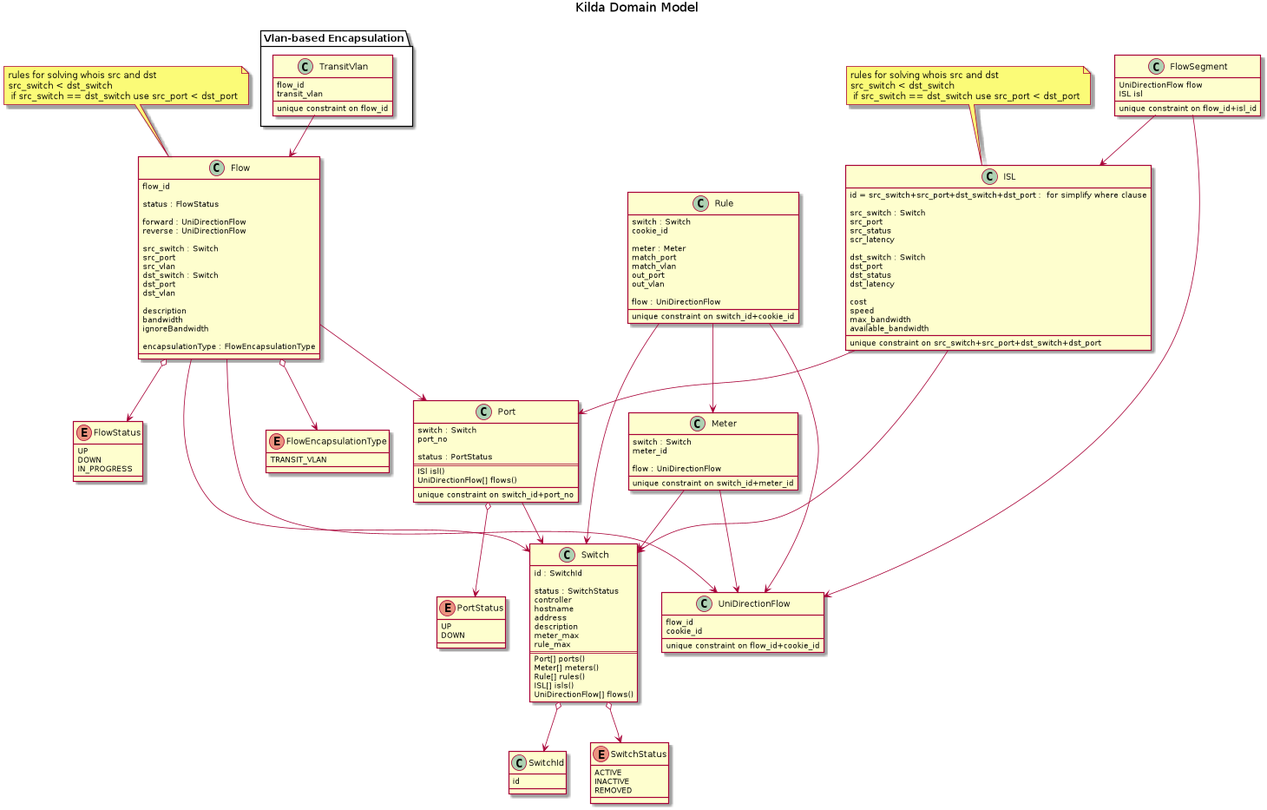
telstra/open-kilda keeps this PlantUML diagram as docs/design/domain-model/domain-model-with-encapsulation.png. Above is the earlier version.
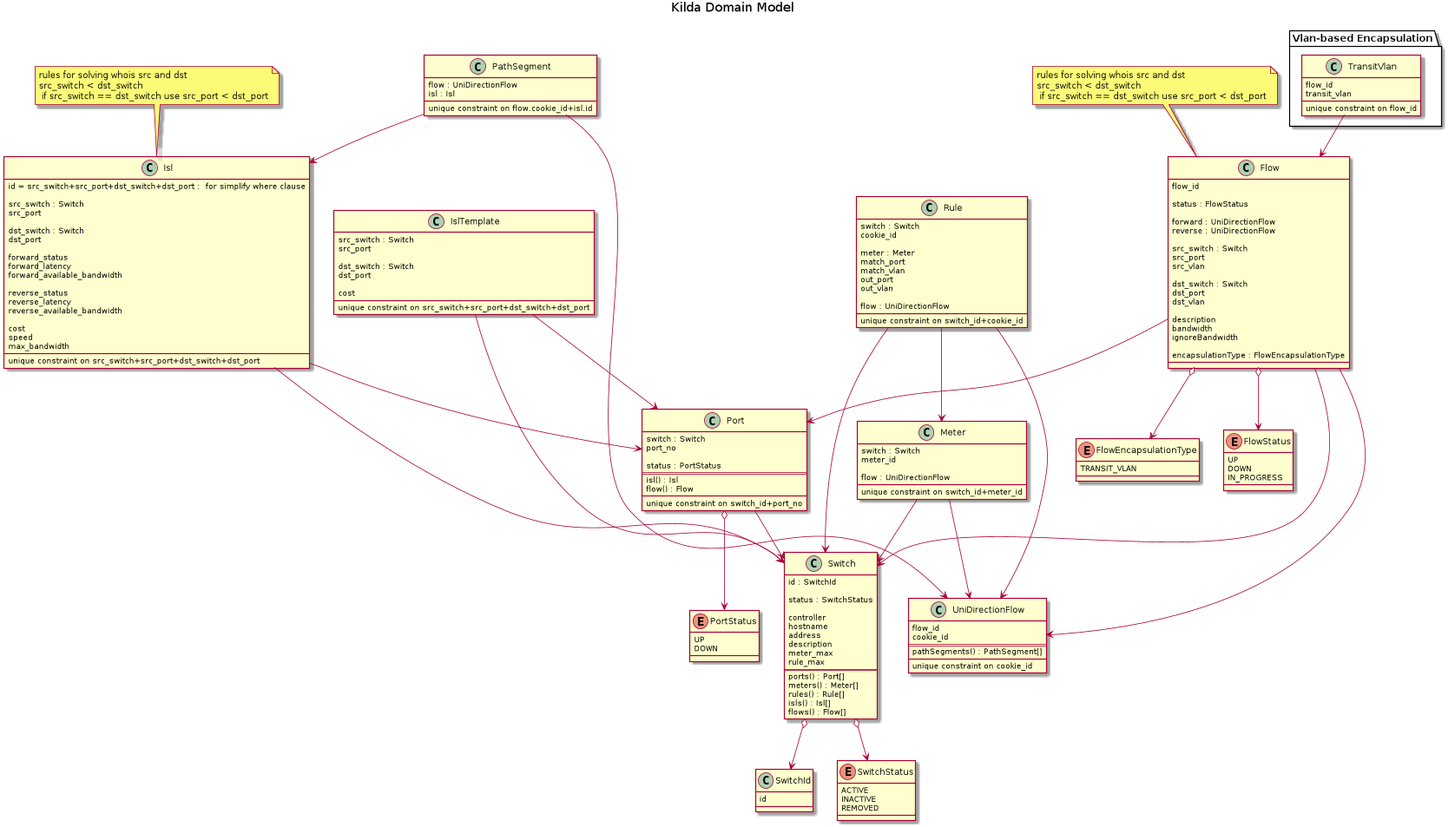
After the commit.

Commit message:
Add the revised model with encapsulation support (part #2).

Change to the diagram source:
```diff
@@ -11,6 +11,7 @@
         id : SwitchId
 
         status : SwitchStatus
+
         controller
         hostname
         address
@@ -18,11 +19,11 @@
         meter_max
         rule_max
         ==
-        Port[] ports()
-        Meter[] meters()
-        Rule[] rules()
-        ISL[] isls()
-        UniDirectionFlow[] flows()
+        ports() : Port[]
+        meters() : Meter[]
+        rules() : Rule[]
+        isls() : Isl[]
+        flows() : Flow[]
     }
 
     enum SwitchStatus {
@@ -45,8 +46,8 @@
 
         status : PortStatus
         ==
-        ISl isl()
-        UniDirectionFlow[] flows()
+        isl() : Isl
+        flow() : Flow
         __
         unique constraint on switch_id+port_no
     }
@@ -86,32 +87,50 @@
     Rule --> Meter
 }
 
-class ISL {
+class Isl {
     id = src_switch+src_port+dst_switch+dst_port :  for simplify where clause
 
     src_switch : Switch
     src_port
-    src_status
-    scr_latency
 
     dst_switch : Switch
     dst_port
-    dst_status
-    dst_latency
+
+    forward_status
+    forward_latency
+    forward_available_bandwidth
+
+    reverse_status
+    reverse_latency
+    reverse_available_bandwidth
 
     cost
     speed
     max_bandwidth
-    available_bandwidth
     __
     unique constraint on src_switch+src_port+dst_switch+dst_port
 }
 
 note "rules for solving whois src and dst\nsrc_switch < dst_switch\n if src_switch == dst_switch use src_port < dst_port" as ISL_id_note
-ISL_id_note .. ISL
+ISL_id_note .. Isl
 
-ISL --> Switch
-ISL --> Port
+Isl --> Switch
+Isl --> Port
+
+class IslTemplate {
+    src_switch : Switch
+    src_port
+
+    dst_switch : Switch
+    dst_port
+
+    cost
+    __
+    unique constraint on src_switch+src_port+dst_switch+dst_port
+}
+
+IslTemplate --> Switch
+IslTemplate --> Port
 
 class Flow {
   flow_id
@@ -124,6 +143,7 @@
   src_switch : Switch
   src_port
   src_vlan
+
   dst_switch : Switch
   dst_port
   dst_vlan
@@ -144,8 +164,10 @@
 class UniDirectionFlow {
     flow_id
     cookie_id
+    ==
+    pathSegments() : PathSegment[]
     __
-    unique constraint on flow_id+cookie_id
+    unique constraint on cookie_id
 }
 
 Flow --> UniDirectionFlow
@@ -164,15 +186,15 @@
 
 Flow o--> FlowStatus
 
-class FlowSegment {
-    UniDirectionFlow flow
-    ISL isl
+class PathSegment {
+    flow : UniDirectionFlow
+    isl : Isl
     __
-    unique constraint on flow_id+isl_id
+    unique constraint on flow.cookie_id+isl.id
 }
 
-FlowSegment --> UniDirectionFlow
-FlowSegment --> ISL
+PathSegment --> UniDirectionFlow
+PathSegment --> Isl
 
 package "Vlan-based Encapsulation" {
 
```
